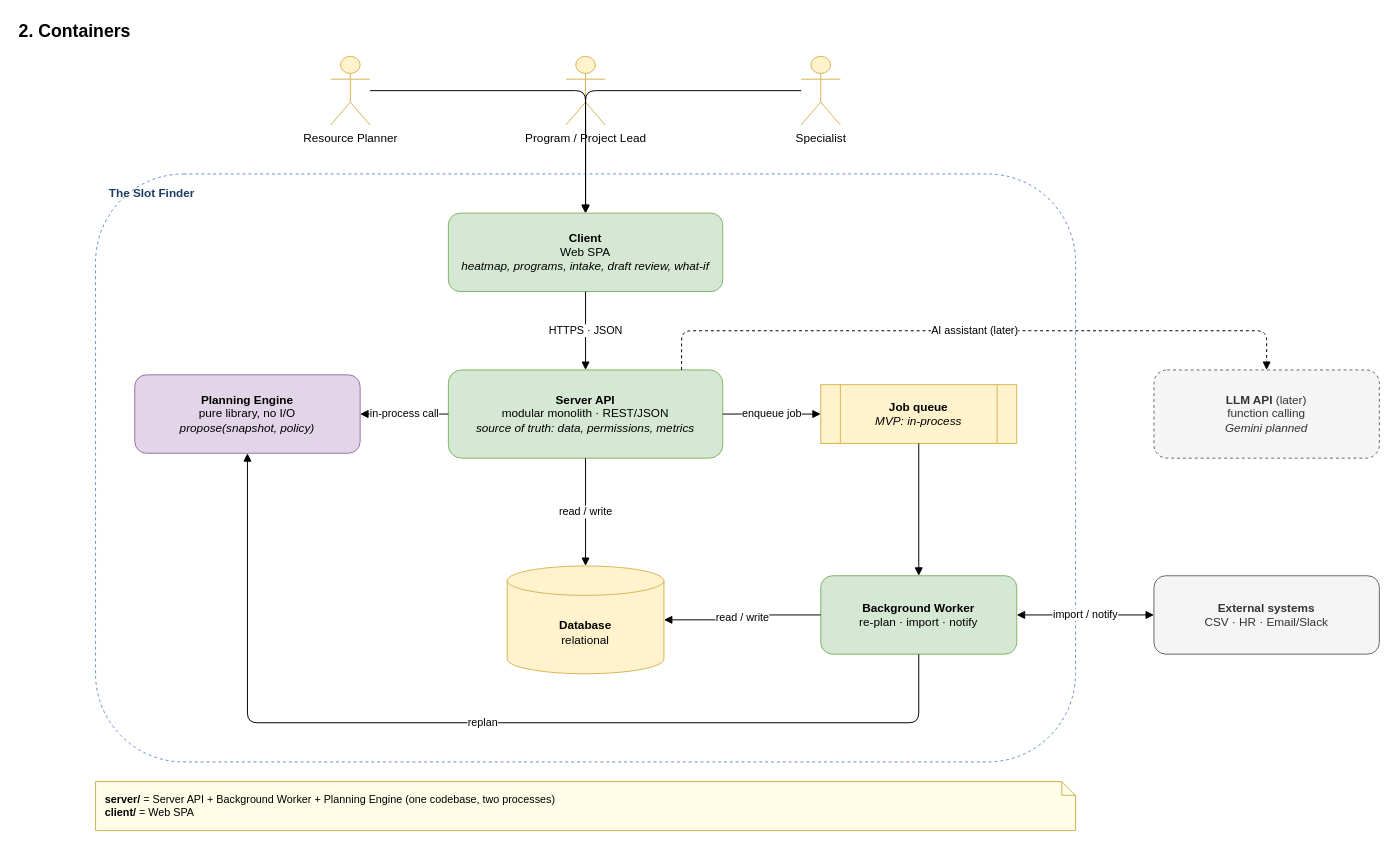
dophnamm/the-slot-finder keeps this draw.io diagram as page "2. Containers" (2 of 9) of docs/architecture.drawio. Above is the earlier version. Source tidied: cells renumbered, new cells numbered last; positions are measured from the earlier drawing's top-left corner, leaving out a move shared by most shapes. Both pictures are drawn from the tidied source at 98%, with x=0, y=0 at pixel (17, 17).
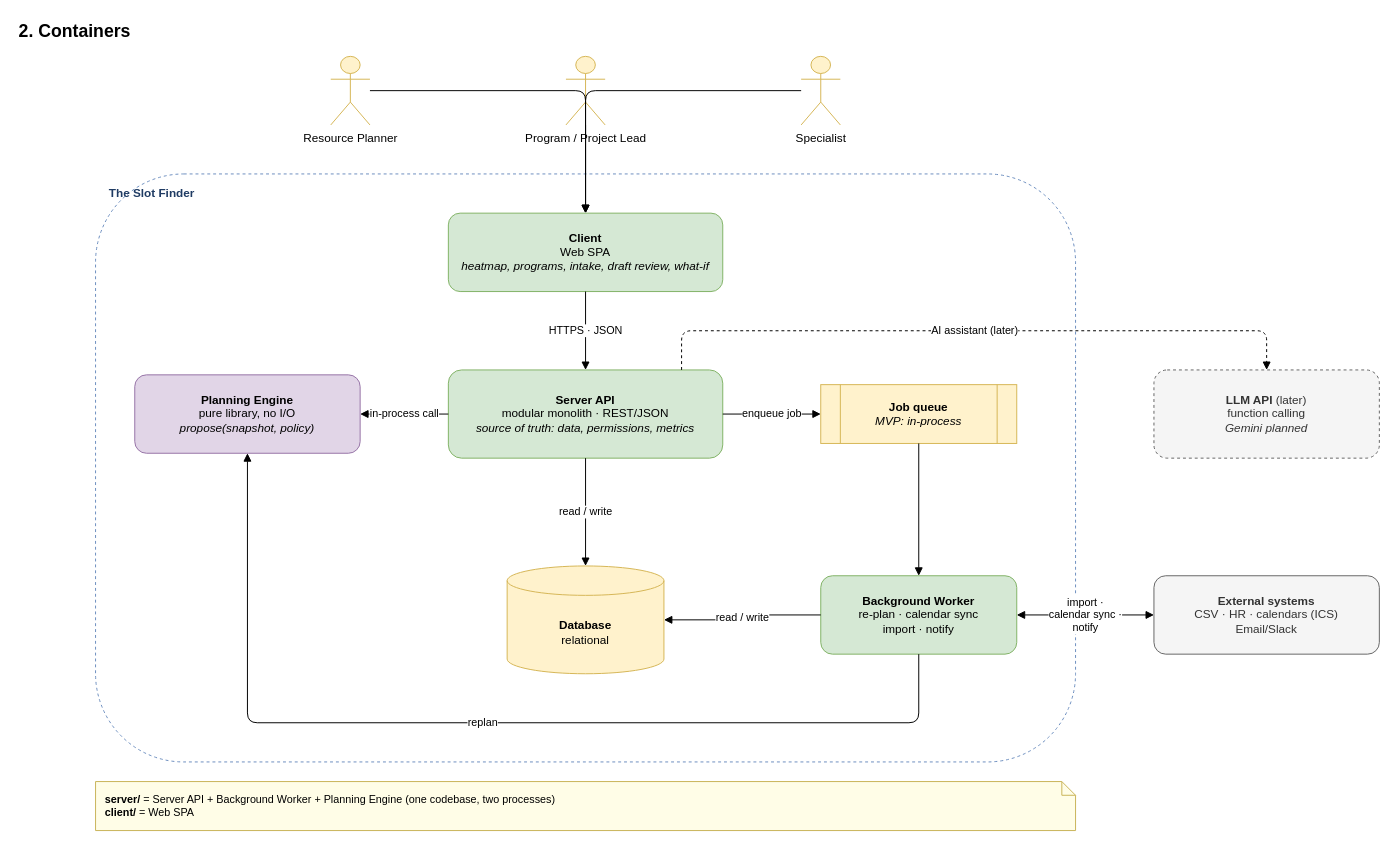
After the change.

Commit message (it also covers changes not shown here):
docs: calendars and actual hours in the architecture

Diff of the diagram source:
```diff
@@
-    <mxCell id="11" value="&lt;b&gt;Background Worker&lt;/b&gt;&lt;br&gt;re-plan · import · notify" style="rounded=1;whiteSpace=wrap;html=1;fillColor=#d5e8d4;strokeColor=#82b366;" parent="1" vertex="1">
+    <mxCell id="11" value="&lt;b&gt;Background Worker&lt;/b&gt;&lt;br&gt;re-plan · calendar sync&lt;br&gt;import · notify" style="rounded=1;whiteSpace=wrap;html=1;fillColor=#d5e8d4;strokeColor=#82b366;" parent="1" vertex="1">
       <mxGeometry x="820" y="570" width="200" height="80" as="geometry" />
     </mxCell>
@@
-    <mxCell id="13" value="&lt;b&gt;External systems&lt;/b&gt;&lt;br&gt;CSV · HR · Email/Slack" style="rounded=1;whiteSpace=wrap;html=1;fillColor=#f5f5f5;strokeColor=#666666;fontColor=#333333;" parent="1" vertex="1">
+    <mxCell id="13" value="&lt;b&gt;External systems&lt;/b&gt;&lt;br&gt;CSV · HR · calendars (ICS)&lt;br&gt;Email/Slack" style="rounded=1;whiteSpace=wrap;html=1;fillColor=#f5f5f5;strokeColor=#666666;fontColor=#333333;" parent="1" vertex="1">
       <mxGeometry x="1160" y="570" width="230" height="80" as="geometry" />
     </mxCell>
@@
-    <mxCell id="24" value="import / notify" style="edgeStyle=orthogonalEdgeStyle;rounded=1;html=1;endArrow=block;endFill=1;startArrow=block;startFill=1;fontSize=11;labelBackgroundColor=#ffffff;" parent="1" edge="1" source="11" target="13">
+    <mxCell id="24" value="import ·&lt;br&gt;calendar sync ·&lt;br&gt;notify" style="edgeStyle=orthogonalEdgeStyle;rounded=1;html=1;endArrow=block;endFill=1;startArrow=block;startFill=1;fontSize=11;labelBackgroundColor=#ffffff;" parent="1" edge="1" source="11" target="13">
       <mxGeometry relative="1" as="geometry" />
     </mxCell>
```
